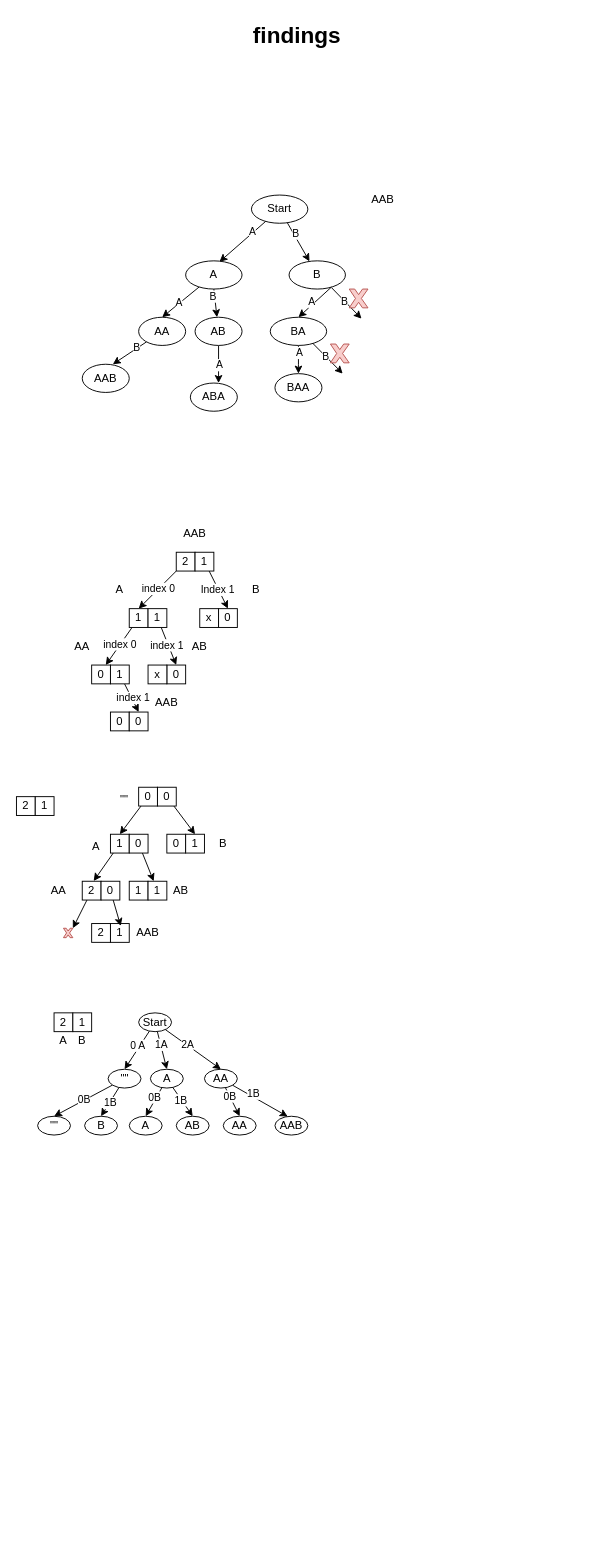
Above: 20250217-1079. Letter Tile Possibilities/causal-hand-draft.drawio in seanwangtech/leetcode-practice (draw.io), before the change. Source tidied: cells renumbered, new cells numbered last; positions are measured from the earlier drawing's top-left corner, leaving out a move shared by most shapes. Both pictures are drawn from the tidied source at 94%, with x=0, y=0 at pixel (16, 16).
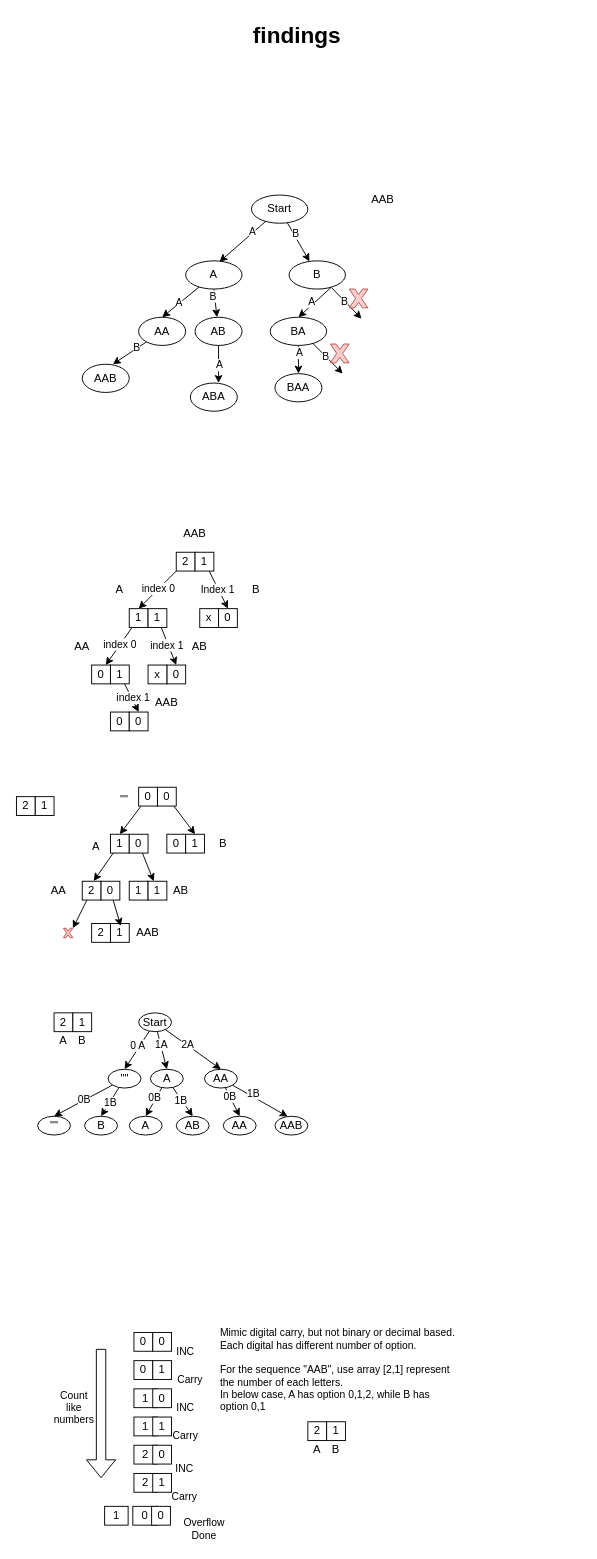
Above is the later version.

Diff of the diagram source:
```diff
@@
+    <mxCell id="122" value="0" style="rounded=0;whiteSpace=wrap;html=1;" parent="1" vertex="1">
+      <mxGeometry x="125" y="1400" width="20" height="20" as="geometry" />
+    </mxCell>
+    <mxCell id="123" value="0" style="rounded=0;whiteSpace=wrap;html=1;" parent="1" vertex="1">
+      <mxGeometry x="145" y="1400" width="20" height="20" as="geometry" />
+    </mxCell>
+    <mxCell id="124" value="0" style="rounded=0;whiteSpace=wrap;html=1;" parent="1" vertex="1">
+      <mxGeometry x="125" y="1430" width="20" height="20" as="geometry" />
+    </mxCell>
+    <mxCell id="125" value="1" style="rounded=0;whiteSpace=wrap;html=1;" parent="1" vertex="1">
+      <mxGeometry x="145" y="1430" width="20" height="20" as="geometry" />
+    </mxCell>
+    <mxCell id="126" value="1" style="rounded=0;whiteSpace=wrap;html=1;" parent="1" vertex="1">
+      <mxGeometry x="125" y="1460" width="25" height="20" as="geometry" />
+    </mxCell>
+    <mxCell id="127" value="0" style="rounded=0;whiteSpace=wrap;html=1;" parent="1" vertex="1">
+      <mxGeometry x="145" y="1460" width="20" height="20" as="geometry" />
+    </mxCell>
+    <mxCell id="128" value="1" style="rounded=0;whiteSpace=wrap;html=1;" parent="1" vertex="1">
+      <mxGeometry x="125" y="1490" width="25" height="20" as="geometry" />
+    </mxCell>
+    <mxCell id="129" value="1" style="rounded=0;whiteSpace=wrap;html=1;" parent="1" vertex="1">
+      <mxGeometry x="145" y="1490" width="20" height="20" as="geometry" />
+    </mxCell>
+    <mxCell id="130" value="2" style="rounded=0;whiteSpace=wrap;html=1;" parent="1" vertex="1">
+      <mxGeometry x="125" y="1520" width="25" height="20" as="geometry" />
+    </mxCell>
+    <mxCell id="131" value="0" style="rounded=0;whiteSpace=wrap;html=1;" parent="1" vertex="1">
+      <mxGeometry x="145" y="1520" width="20" height="20" as="geometry" />
+    </mxCell>
+    <mxCell id="132" value="2" style="rounded=0;whiteSpace=wrap;html=1;" parent="1" vertex="1">
+      <mxGeometry x="125" y="1550" width="25" height="20" as="geometry" />
+    </mxCell>
+    <mxCell id="133" value="1" style="rounded=0;whiteSpace=wrap;html=1;" parent="1" vertex="1">
+      <mxGeometry x="145" y="1550" width="20" height="20" as="geometry" />
+    </mxCell>
+    <mxCell id="134" value="0" style="rounded=0;whiteSpace=wrap;html=1;" parent="1" vertex="1">
+      <mxGeometry x="123.8" y="1585" width="26.2" height="20" as="geometry" />
+    </mxCell>
+    <mxCell id="135" value="0" style="rounded=0;whiteSpace=wrap;html=1;" parent="1" vertex="1">
+      <mxGeometry x="143.8" y="1585" width="20" height="20" as="geometry" />
+    </mxCell>
+    <mxCell id="136" value="1" style="rounded=0;whiteSpace=wrap;html=1;" parent="1" vertex="1">
+      <mxGeometry x="93.8" y="1585" width="25" height="20" as="geometry" />
+    </mxCell>
+    <mxCell id="137" value="Overflow Done" style="text;html=1;align=center;verticalAlign=middle;whiteSpace=wrap;rounded=0;fontFamily=Helvetica;fontSize=11;fontColor=default;labelBackgroundColor=default;" parent="1" vertex="1">
+      <mxGeometry x="170" y="1594" width="60" height="30" as="geometry" />
+    </mxCell>
+    <mxCell id="138" value="Mimic digital carry, but not binary or decimal based.&lt;div&gt;Each digital has different number of option.&amp;nbsp;&lt;/div&gt;&lt;div&gt;&lt;br&gt;&lt;/div&gt;&lt;div&gt;For the sequence &quot;AAB&quot;, use array [2,1] represent the number of each letters.&amp;nbsp;&lt;/div&gt;&lt;div&gt;In below case, A has option 0,1,2, while B has option 0,1&lt;/div&gt;" style="text;html=1;align=left;verticalAlign=middle;whiteSpace=wrap;rounded=0;fontFamily=Helvetica;fontSize=11;fontColor=default;labelBackgroundColor=default;" parent="1" vertex="1">
+      <mxGeometry x="215" y="1400" width="255" height="80" as="geometry" />
+    </mxCell>
+    <mxCell id="139" value="INC" style="text;html=1;align=center;verticalAlign=middle;whiteSpace=wrap;rounded=0;fontFamily=Helvetica;fontSize=11;fontColor=default;labelBackgroundColor=default;" parent="1" vertex="1">
+      <mxGeometry x="165" y="1410" width="30" height="20" as="geometry" />
+    </mxCell>
+    <mxCell id="140" value="Carry" style="text;html=1;align=center;verticalAlign=middle;whiteSpace=wrap;rounded=0;fontFamily=Helvetica;fontSize=11;fontColor=default;labelBackgroundColor=default;" parent="1" vertex="1">
+      <mxGeometry x="170" y="1440" width="30" height="20" as="geometry" />
+    </mxCell>
+    <mxCell id="141" value="INC" style="text;html=1;align=center;verticalAlign=middle;whiteSpace=wrap;rounded=0;fontFamily=Helvetica;fontSize=11;fontColor=default;labelBackgroundColor=default;" parent="1" vertex="1">
+      <mxGeometry x="165" y="1470" width="30" height="20" as="geometry" />
+    </mxCell>
+    <mxCell id="142" value="Carry" style="text;html=1;align=center;verticalAlign=middle;whiteSpace=wrap;rounded=0;fontFamily=Helvetica;fontSize=11;fontColor=default;labelBackgroundColor=default;" parent="1" vertex="1">
+      <mxGeometry x="165" y="1500" width="30" height="20" as="geometry" />
+    </mxCell>
+    <mxCell id="143" value="INC" style="text;html=1;align=center;verticalAlign=middle;whiteSpace=wrap;rounded=0;fontFamily=Helvetica;fontSize=11;fontColor=default;labelBackgroundColor=default;" parent="1" vertex="1">
+      <mxGeometry x="163.8" y="1535" width="30" height="20" as="geometry" />
+    </mxCell>
+    <mxCell id="144" value="Carry" style="text;html=1;align=center;verticalAlign=middle;whiteSpace=wrap;rounded=0;fontFamily=Helvetica;fontSize=11;fontColor=default;labelBackgroundColor=default;" parent="1" vertex="1">
+      <mxGeometry x="163.8" y="1565" width="30" height="20" as="geometry" />
+    </mxCell>
+    <mxCell id="145" value="2" style="rounded=0;whiteSpace=wrap;html=1;" parent="1" vertex="1">
+      <mxGeometry x="310" y="1495" width="20" height="20" as="geometry" />
+    </mxCell>
+    <mxCell id="146" value="1" style="rounded=0;whiteSpace=wrap;html=1;" parent="1" vertex="1">
+      <mxGeometry x="330" y="1495" width="20" height="20" as="geometry" />
+    </mxCell>
+    <mxCell id="147" value="A" style="text;html=1;align=center;verticalAlign=middle;whiteSpace=wrap;rounded=0;" parent="1" vertex="1">
+      <mxGeometry x="310" y="1515" width="20" height="20" as="geometry" />
+    </mxCell>
+    <mxCell id="148" value="B" style="text;html=1;align=center;verticalAlign=middle;whiteSpace=wrap;rounded=0;" parent="1" vertex="1">
+      <mxGeometry x="330" y="1515" width="20" height="20" as="geometry" />
+    </mxCell>
+    <mxCell id="149" style="shape=flexArrow;endArrow=classic;html=1;rounded=0;strokeColor=default;align=center;verticalAlign=middle;fontFamily=Helvetica;fontSize=11;fontColor=default;labelBackgroundColor=default;" parent="1" edge="1">
+      <mxGeometry relative="1" as="geometry">
+        <mxPoint x="90" y="1417.5" as="sourcePoint" />
+        <mxPoint x="90" y="1555" as="targetPoint" />
+      </mxGeometry>
+    </mxCell>
+    <mxCell id="150" value="Count&lt;div&gt;like&lt;/div&gt;&lt;div&gt;numbers&lt;/div&gt;" style="edgeLabel;html=1;align=center;verticalAlign=middle;fontFamily=Helvetica;fontSize=11;fontColor=default;labelBackgroundColor=default;" parent="149" vertex="1">
+      <mxGeometry x="-0.34" y="-4" relative="1" as="geometry">
+        <mxPoint x="-26" y="17" as="offset" />
+      </mxGeometry>
+    </mxCell>
```
